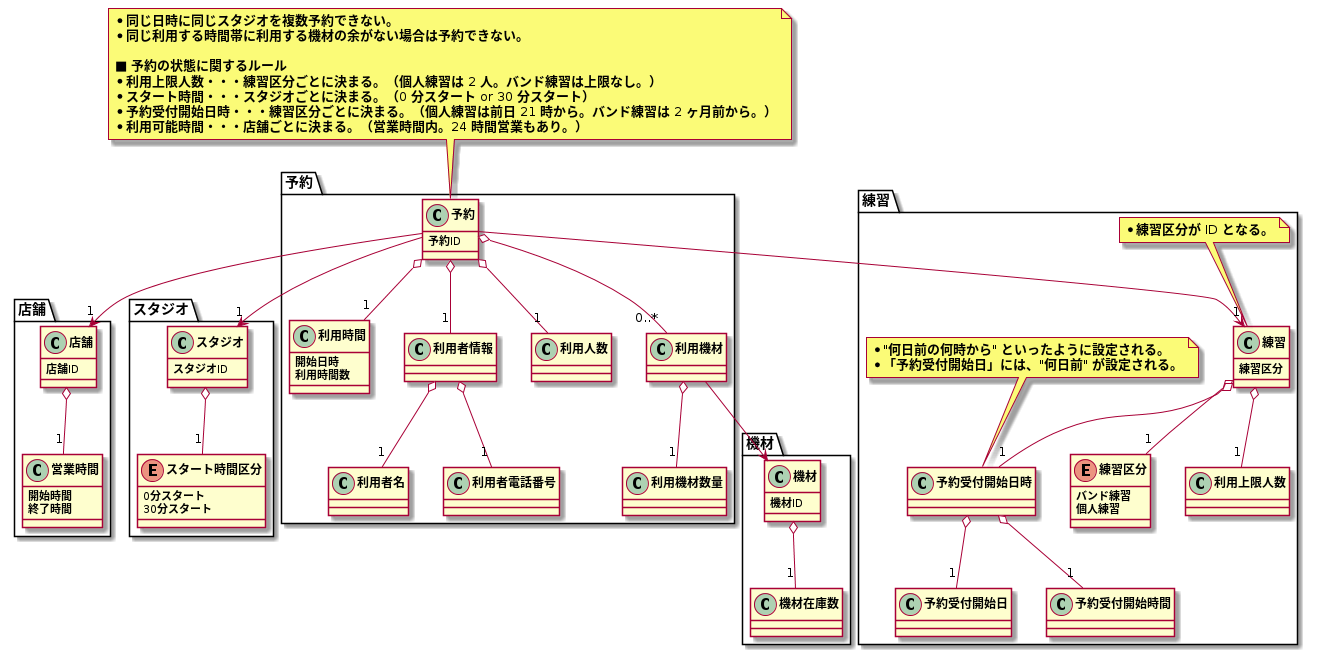
Above: modeling/07_DomainModel_予約/DomainModel.png in TakashiOnawa/ddd-practice-studio-reservation (PlantUML), before the change.
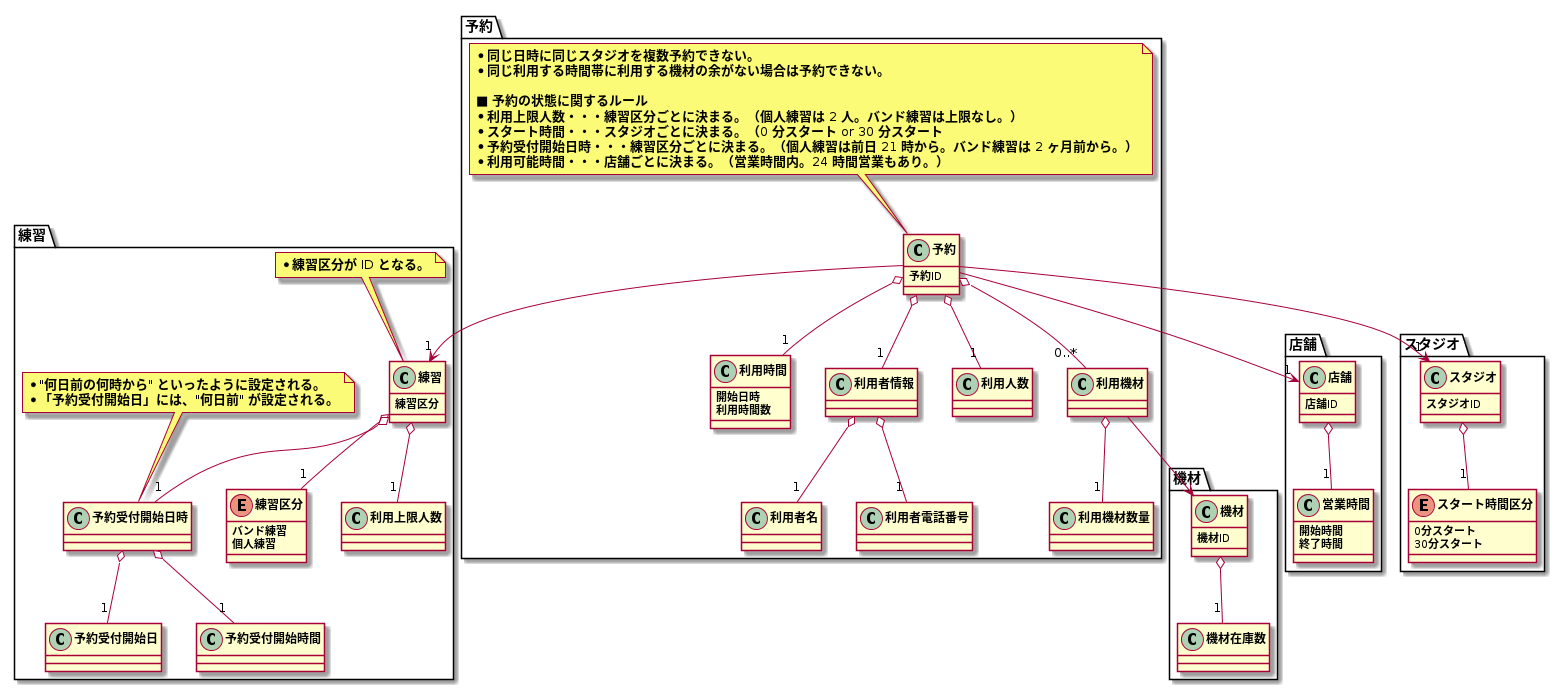
After the commit.

Commit message:
各種モデル図を更新。

Diff of the diagram source:
```diff
@@ -98,17 +98,17 @@
     予約 o-- "1" 利用人数
     予約 --> "1" 練習
     予約 o-- "0..*" 利用機材
+
+    note top of 予約
+    * 同じ日時に同じスタジオを複数予約できない。
+    * 同じ利用する時間帯に利用する機材の余がない場合は予約できない。
+
+    ■ 予約の状態に関するルール
+    * 利用上限人数・・・練習区分ごとに決まる。（個人練習は 2 人。バンド練習は上限なし。）
+    * スタート時間・・・スタジオごとに決まる。（0 分スタート or 30 分スタート
+    * 予約受付開始日時・・・練習区分ごとに決まる。（個人練習は前日 21 時から。バンド練習は 2 ヶ月前から。）
+    * 利用可能時間・・・店舗ごとに決まる。（営業時間内。24 時間営業もあり。）
+    end note
 }
 
-note top of 予約
-* 同じ日時に同じスタジオを複数予約できない。
-* 同じ利用する時間帯に利用する機材の余がない場合は予約できない。
-
-■ 予約の状態に関するルール
-* 利用上限人数・・・練習区分ごとに決まる。（個人練習は 2 人。バンド練習は上限なし。）
-* スタート時間・・・スタジオごとに決まる。（0 分スタート or 30 分スタート）
-* 予約受付開始日時・・・練習区分ごとに決まる。（個人練習は前日 21 時から。バンド練習は 2 ヶ月前から。）
-* 利用可能時間・・・店舗ごとに決まる。（営業時間内。24 時間営業もあり。）
-end note
-
 @enduml
```
